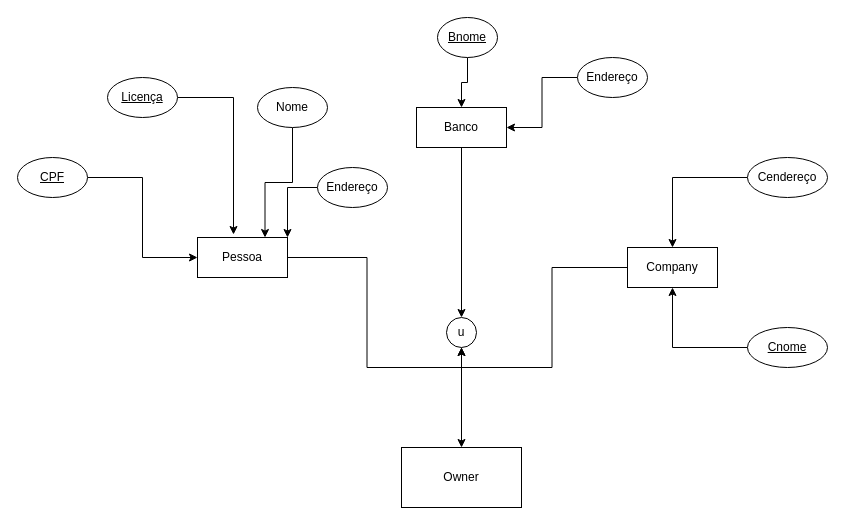
Paulo255/Jornada_SQL keeps this draw.io diagram as Diagrama sem nome.drawio. Above is the earlier version. Source tidied: cells renumbered, new cells numbered last; positions are measured from the earlier drawing's top-left corner, leaving out a move shared by most shapes. Both pictures are drawn from the tidied source at 100%, with x=0, y=0 at pixel (17, 17).
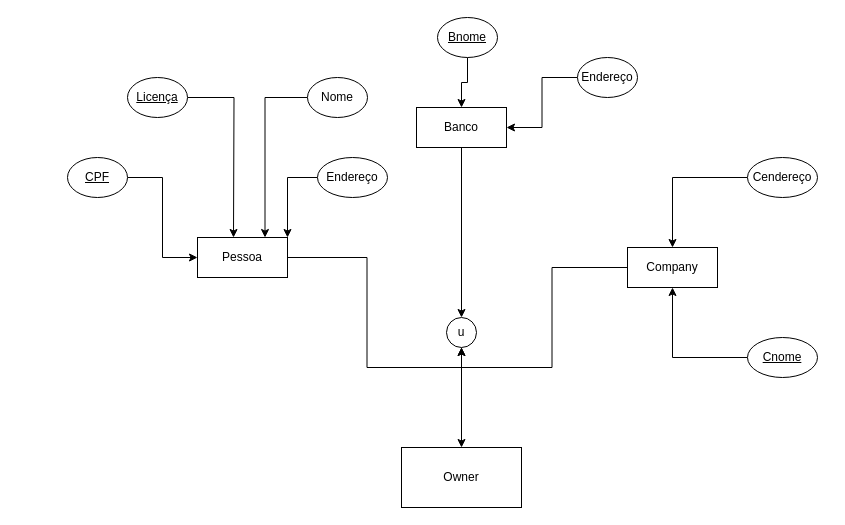
After the change.

Commit message:
Financiamento de veículo

The change refers to these unchanged cells:
```xml
<mxCell id="3" value="Pessoa" style="whiteSpace=wrap;html=1;align=center;rotation=0;" parent="1" vertex="1">
  <mxGeometry x="180" y="220" width="90" height="40" as="geometry" />
</mxCell>
```

The edit, as a diff of the source:
```diff
@@
     <mxCell id="12" value="Nome" style="ellipse;whiteSpace=wrap;html=1;align=center;" parent="1" vertex="1">
-      <mxGeometry x="240" y="70" width="70" height="40" as="geometry" />
+      <mxGeometry x="290" y="60" width="60" height="40" as="geometry" />
     </mxCell>
@@
     <mxCell id="14" value="CPF" style="ellipse;whiteSpace=wrap;html=1;align=center;fontStyle=4;" parent="1" vertex="1">
-      <mxGeometry y="140" width="70" height="40" as="geometry" />
+      <mxGeometry x="50" y="140" width="60" height="40" as="geometry" />
     </mxCell>
-    <mxCell id="15" style="edgeStyle=orthogonalEdgeStyle;rounded=0;jettySize=auto;html=1;entryX=0.4;entryY=-0.075;entryDx=0;entryDy=0;entryPerimeter=0;" parent="1" edge="1" source="16" target="3">
-      <mxGeometry relative="1" as="geometry" />
+    <mxCell id="15" style="edgeStyle=orthogonalEdgeStyle;rounded=0;jettySize=auto;html=1;" parent="1" edge="1" source="16">
+      <mxGeometry relative="1" as="geometry">
+        <mxPoint x="216" y="220" as="targetPoint" />
+      </mxGeometry>
     </mxCell>
     <mxCell id="16" value="Licença" style="ellipse;whiteSpace=wrap;html=1;align=center;fontStyle=4;" parent="1" vertex="1">
-      <mxGeometry x="90" y="60" width="70" height="40" as="geometry" />
+      <mxGeometry x="110" y="60" width="60" height="40" as="geometry" />
     </mxCell>
@@
     <mxCell id="18" value="Endereço" style="ellipse;whiteSpace=wrap;html=1;align=center;" parent="1" vertex="1">
-      <mxGeometry x="300" y="150" width="70" height="40" as="geometry" />
+      <mxGeometry x="300" y="140" width="70" height="40" as="geometry" />
     </mxCell>
@@
     <mxCell id="20" value="Endereço" style="ellipse;whiteSpace=wrap;html=1;align=center;" parent="1" vertex="1">
-      <mxGeometry x="560" y="40" width="70" height="40" as="geometry" />
+      <mxGeometry x="560" y="40" width="60" height="40" as="geometry" />
     </mxCell>
@@
     <mxCell id="24" value="Cendereço" style="ellipse;whiteSpace=wrap;html=1;align=center;" parent="1" vertex="1">
-      <mxGeometry x="730" y="140" width="80" height="40" as="geometry" />
+      <mxGeometry x="730" y="140" width="70" height="40" as="geometry" />
     </mxCell>
@@
     <mxCell id="26" value="Cnome" style="ellipse;whiteSpace=wrap;html=1;align=center;fontStyle=4;" parent="1" vertex="1">
-      <mxGeometry x="730" y="310" width="80" height="40" as="geometry" />
+      <mxGeometry x="730" y="320" width="70" height="40" as="geometry" />
     </mxCell>
```
